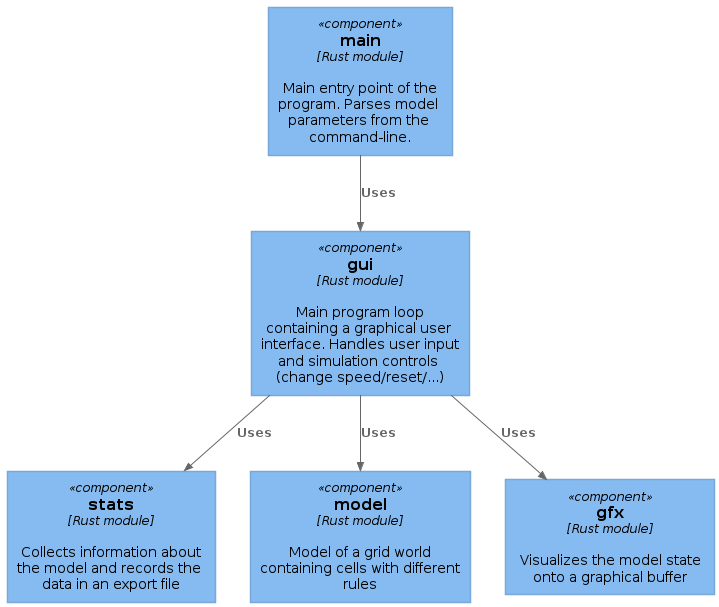
This is design/component-diagram.png from cuiter/2d-predator-prey-model, a PlantUML export, as it was before one commit.
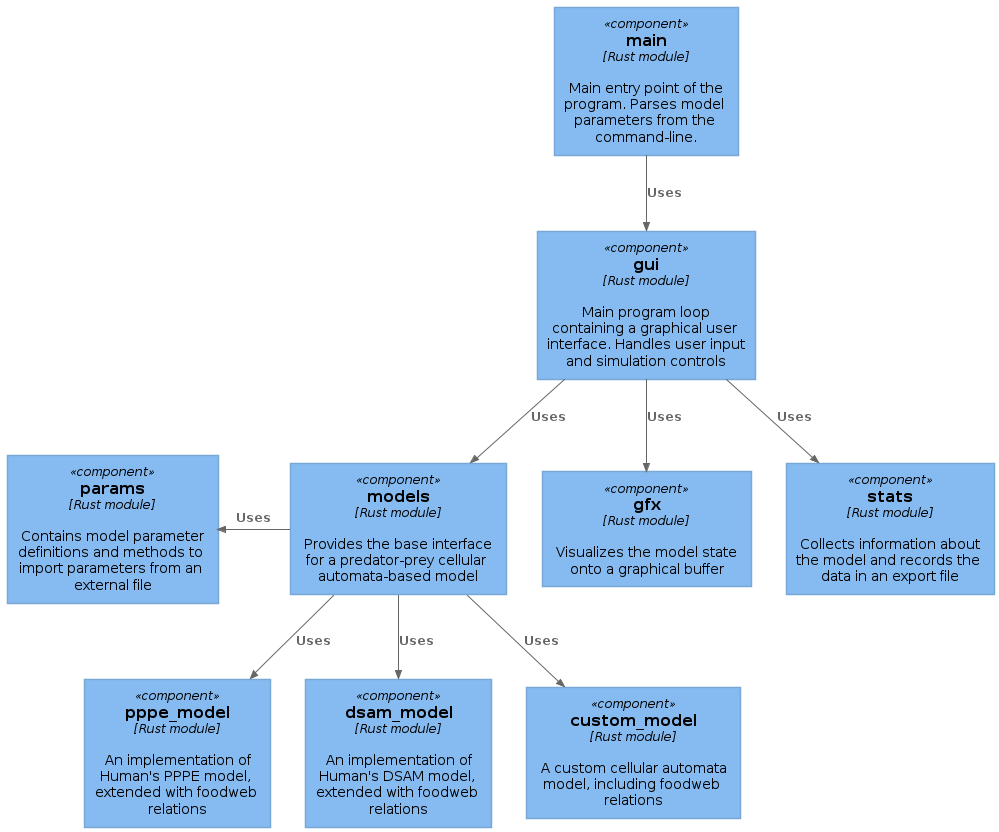
After the change.

Commit message:
Component diagram: add components for different models and split model parameters off into separate module

What changed in the source:
```diff
@@ -5,14 +5,24 @@
 !include https://raw.githubusercontent.com/plantuml-stdlib/C4-PlantUML/v2.3.0/C4_Component.puml
 
 Component(main_component, "main", "Rust module", "Main entry point of the program. Parses model parameters from the command-line.")
-Component(gui_component, "gui", "Rust module", "Main program loop containing a graphical user interface. Handles user input and simulation controls (change speed/reset/...)")
+Component(gui_component, "gui", "Rust module", "Main program loop containing a graphical user interface. Handles user input and simulation controls")
+Component(gfx_component, "gfx", "Rust module", "Visualizes the model state onto a graphical buffer")
 Component(stats_component, "stats", "Rust module", "Collects information about the model and records the data in an export file")
-Component(model_component, "model", "Rust module", "Model of a grid world containing cells with different rules")
-Component(gfx_component, "gfx", "Rust module", "Visualizes the model state onto a graphical buffer")
+
+Component(params_component, "params", "Rust module", "Contains model parameter definitions and methods to import parameters from an external file")
+Component(models_component, "models", "Rust module", "Provides the base interface for a predator-prey cellular automata-based model")
+Component(pppe_model_component, "pppe_model", "Rust module", "An implementation of Human's PPPE model, extended with foodweb relations")
+Component(dsam_model_component, "dsam_model", "Rust module", "An implementation of Human's DSAM model, extended with foodweb relations")
+Component(custom_model_component, "custom_model", "Rust module", "A custom cellular automata model, including foodweb relations")
 
 Rel(main_component, gui_component, "Uses")
 
-Rel(gui_component, model_component, "Uses")
+Rel(models_component, pppe_model_component, "Uses")
+Rel(models_component, dsam_model_component, "Uses")
+Rel(models_component, custom_model_component, "Uses")
+Rel_L(models_component, params_component, "Uses")
+
+Rel(gui_component, models_component, "Uses")
 Rel(gui_component, gfx_component, "Uses")
 Rel(gui_component, stats_component, "Uses")
 
```
